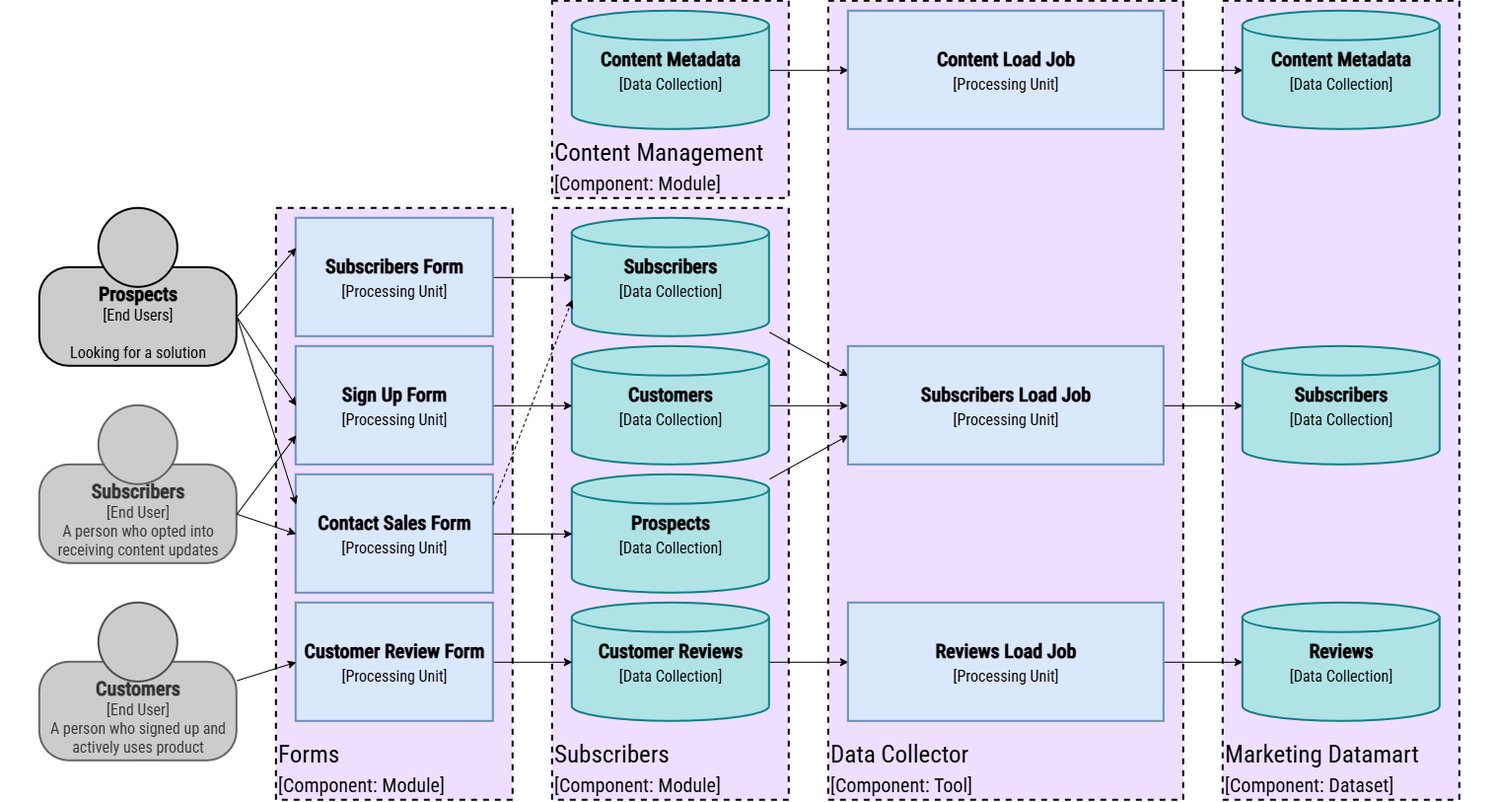
software-architecture-guild/modeling-software-architecture keeps this draw.io diagram as chapter-10/figure-10.09.drawio.png. Above is the earlier version. Source tidied: cells renumbered, new cells last; positions are measured from the earlier drawing's top-left corner, leaving out a move shared by most shapes.
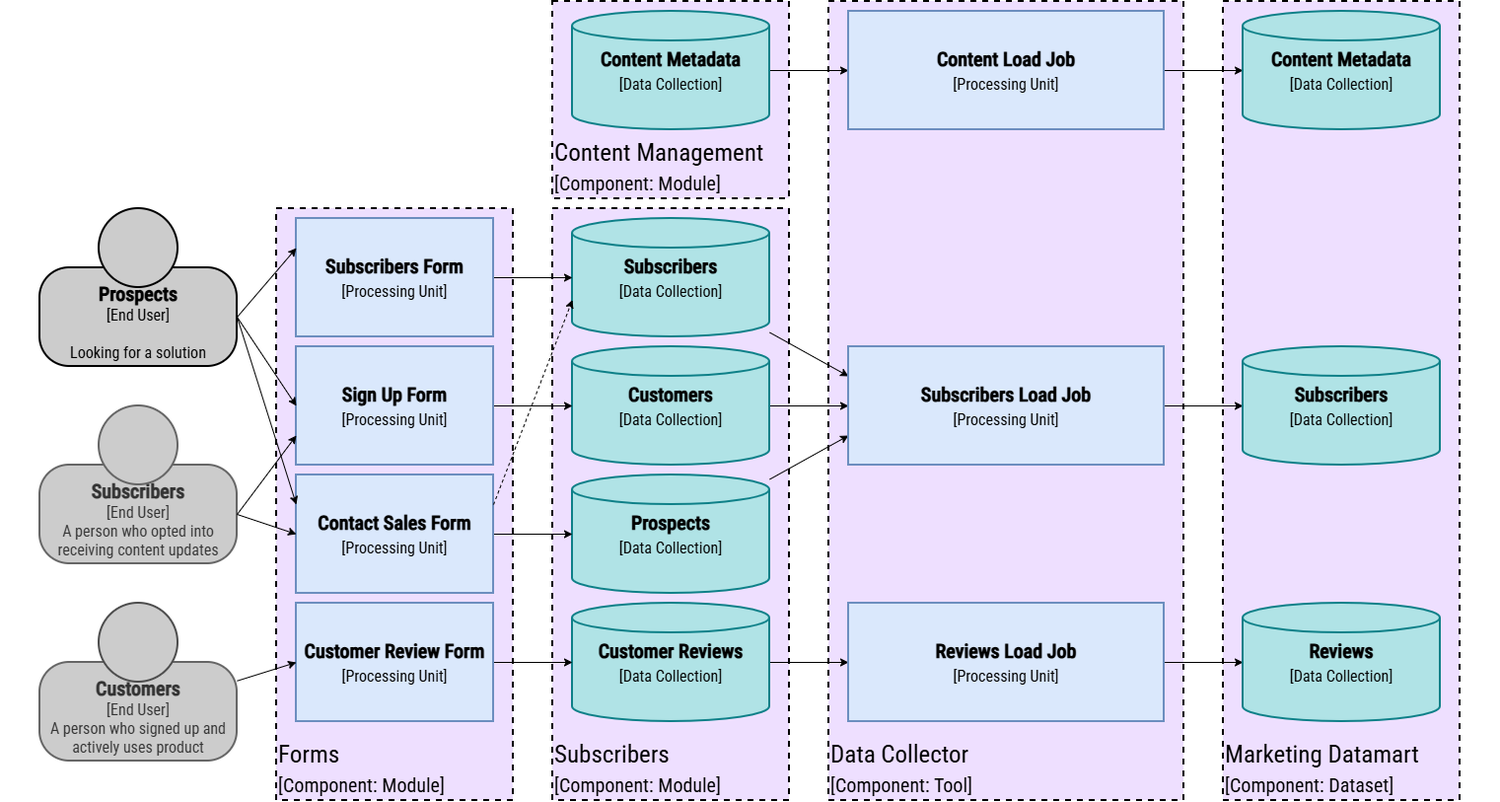
The same diagram one commit later.

The edit, as a diff of the source:
```diff
@@ -92,7 +92,7 @@
     <mxCell id="31" style="group;strokeColor=none;" parent="1" vertex="1">
       <mxGeometry x="40" y="210" width="200" height="160" as="geometry" />
     </mxCell>
-    <mxCell id="32" value="&lt;b&gt;&lt;font style=&quot;font-size: 20px;&quot;&gt;&lt;font&gt;&lt;span&gt;Prospects&lt;/span&gt;&lt;/font&gt;&lt;br&gt;&lt;/font&gt;&lt;/b&gt;[End Users]&lt;div&gt;&lt;br&gt;&lt;/div&gt;&lt;div&gt;Looking for a solution&lt;br&gt;&lt;/div&gt;" style="rounded=1;whiteSpace=wrap;html=1;strokeWidth=2;glass=0;arcSize=30;fontFamily=Roboto Condensed;fontSource=https%3A%2F%2Ffonts.googleapis.com%2Fcss%3Ffamily%3DRoboto%2BCondensed;verticalAlign=top;strokeColor=#000000;fillColor=light-dark(#CCCCCC,#EDEDED);fontColor=#000000;fontSize=16;spacingTop=8;" parent="31" vertex="1">
+    <mxCell id="32" value="&lt;b&gt;&lt;font style=&quot;font-size: 20px;&quot;&gt;&lt;font&gt;&lt;span&gt;Prospects&lt;/span&gt;&lt;/font&gt;&lt;br&gt;&lt;/font&gt;&lt;/b&gt;[End User]&lt;div&gt;&lt;br&gt;&lt;/div&gt;&lt;div&gt;Looking for a solution&lt;br&gt;&lt;/div&gt;" style="rounded=1;whiteSpace=wrap;html=1;strokeWidth=2;glass=0;arcSize=30;fontFamily=Roboto Condensed;fontSource=https%3A%2F%2Ffonts.googleapis.com%2Fcss%3Ffamily%3DRoboto%2BCondensed;verticalAlign=top;strokeColor=#000000;fillColor=light-dark(#CCCCCC,#EDEDED);fontColor=#000000;fontSize=16;spacingTop=8;" parent="31" vertex="1">
       <mxGeometry y="60" width="200" height="100" as="geometry" />
     </mxCell>
     <mxCell id="33" style="ellipse;whiteSpace=wrap;html=1;strokeWidth=2;strokeColor=#000000;fillColor=light-dark(#CCCCCC,#EDEDED);fontFamily=Roboto Condensed;fontSource=https%3A%2F%2Ffonts.googleapis.com%2Fcss%3Ffamily%3DRoboto%2BCondensed;fontColor=#000000;fontSize=16;" parent="31" vertex="1">
```
